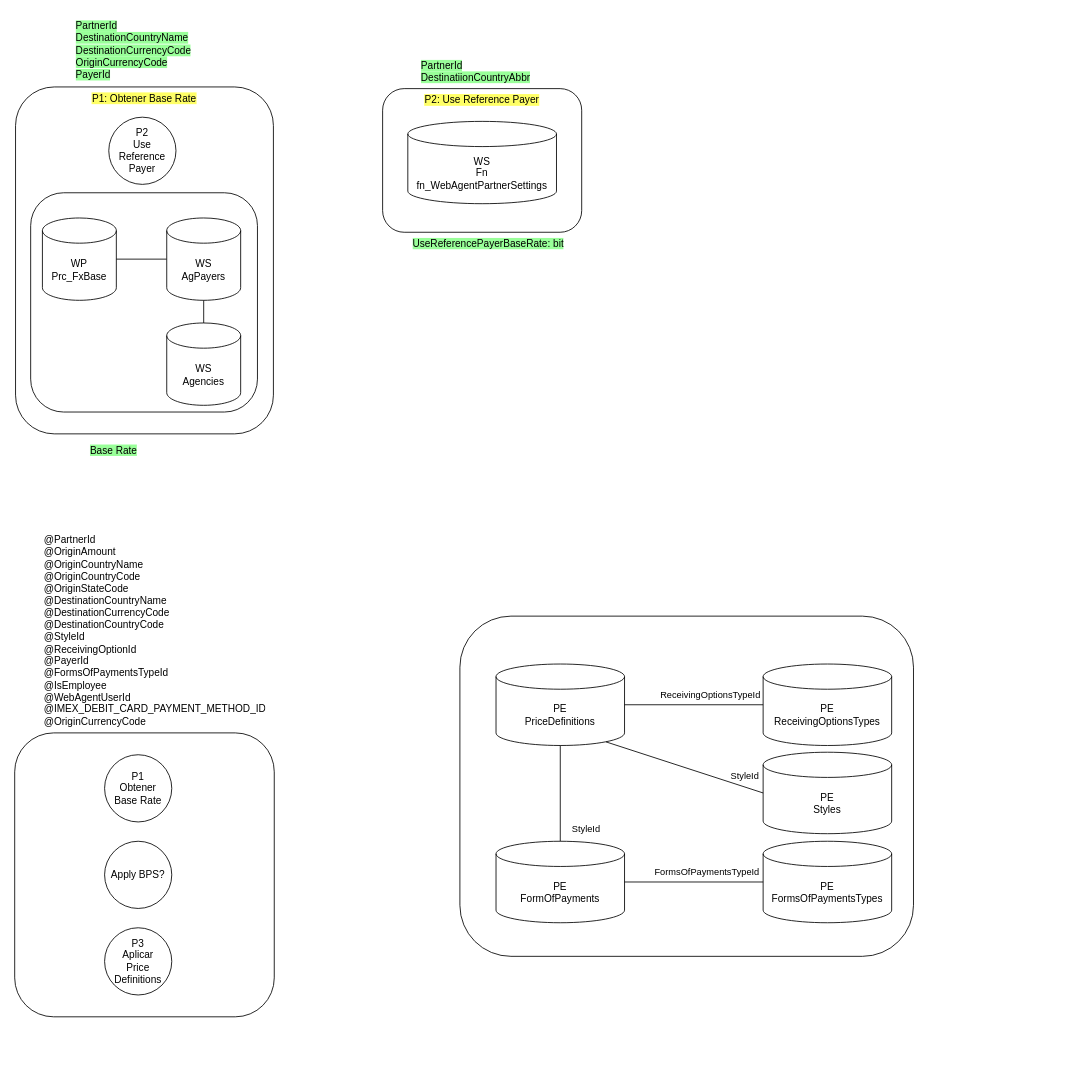
The draw.io diagram Payers.drawio in notariopablomarcelo/intermex, before the edit. Source tidied: cells renumbered, new cells numbered last; positions are measured from the earlier drawing's top-left corner, leaving out a move shared by most shapes. Both pictures are drawn from the tidied source at 84%, with x=0, y=0 at pixel (14, 14). Pictures stored in the file or linked from it are replaced by grey dashed boxes.
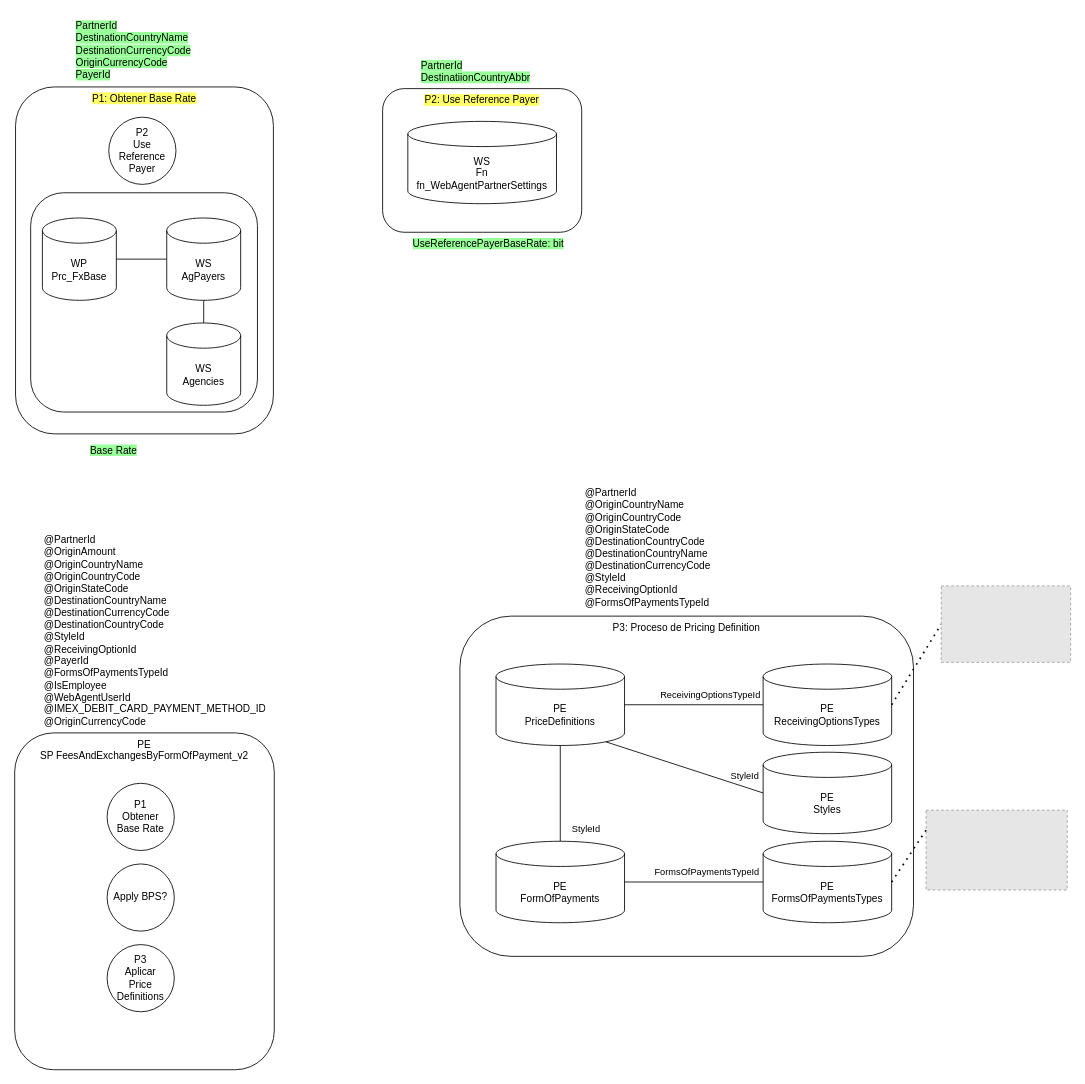
The same page after the edit.

Unchanged cells that the change refers to:
```xml
<mxCell id="25" value="PE&lt;br&gt;ReceivingOptionsTypes" style="shape=cylinder3;whiteSpace=wrap;html=1;boundedLbl=1;backgroundOutline=1;size=15;" parent="1" vertex="1">
  <mxGeometry x="891" y="773" width="153" height="97" as="geometry" />
</mxCell>
<mxCell id="28" value="PE&lt;br&gt;FormsOfPaymentsTypes" style="shape=cylinder3;whiteSpace=wrap;html=1;boundedLbl=1;backgroundOutline=1;size=15;" parent="1" vertex="1">
  <mxGeometry x="891" y="984" width="153" height="97" as="geometry" />
</mxCell>
```

Diff of the diagram source:
```diff
@@
-    <mxCell id="2" style="rounded=1;whiteSpace=wrap;html=1;" parent="1" vertex="1">
-      <mxGeometry y="855" width="309" height="338" as="geometry" />
+    <mxCell id="2" value="PE&lt;br&gt;SP FeesAndExchangesByFormOfPayment_v2" style="rounded=1;whiteSpace=wrap;html=1;verticalAlign=top;" parent="1" vertex="1">
+      <mxGeometry y="855" width="309" height="401" as="geometry" />
     </mxCell>
@@
     <mxCell id="19" value="P1&lt;br&gt;Obtener&lt;br&gt;Base Rate" style="ellipse;whiteSpace=wrap;html=1;" parent="1" vertex="1">
-      <mxGeometry x="107" y="881" width="80" height="80" as="geometry" />
+      <mxGeometry x="110" y="915" width="80" height="80" as="geometry" />
     </mxCell>
@@
     <mxCell id="21" value="Apply BPS?" style="ellipse;whiteSpace=wrap;html=1;" parent="1" vertex="1">
-      <mxGeometry x="107" y="984" width="80" height="80" as="geometry" />
+      <mxGeometry x="110" y="1011" width="80" height="80" as="geometry" />
     </mxCell>
     <mxCell id="22" value="P3&lt;br&gt;Aplicar&lt;br&gt;Price Definitions" style="ellipse;whiteSpace=wrap;html=1;" parent="1" vertex="1">
-      <mxGeometry x="107" y="1087" width="80" height="80" as="geometry" />
+      <mxGeometry x="110" y="1107" width="80" height="80" as="geometry" />
     </mxCell>
-    <mxCell id="23" style="rounded=1;whiteSpace=wrap;html=1;" parent="1" vertex="1">
+    <mxCell id="23" value="P3: Proceso de Pricing Definition" style="rounded=1;whiteSpace=wrap;html=1;verticalAlign=top;" parent="1" vertex="1">
       <mxGeometry x="530" y="716" width="540" height="405" as="geometry" />
     </mxCell>
@@
+    <mxCell id="37" value="@PartnerId&lt;br&gt;@OriginCountryName&lt;br&gt;@OriginCountryCode&lt;br&gt;@OriginStateCode&lt;br&gt;@DestinationCountryCode&lt;br&gt;@DestinationCountryName&lt;br&gt;@DestinationCurrencyCode&lt;br&gt;@StyleId&lt;br&gt;@ReceivingOptionId&lt;br&gt;@FormsOfPaymentsTypeId" style="text;strokeColor=none;fillColor=none;align=left;verticalAlign=top;spacingLeft=4;spacingRight=4;overflow=hidden;whiteSpace=wrap;html=1;" parent="1" vertex="1">
+      <mxGeometry x="673" y="556" width="292" height="157" as="geometry" />
+    </mxCell>
+    <mxCell id="38" style="endArrow=none;dashed=1;html=1;dashPattern=1 3;strokeWidth=2;rounded=0;exitX=1;exitY=0.5;exitDx=0;exitDy=0;exitPerimeter=0;entryX=0;entryY=0.5;entryDx=0;entryDy=0;" parent="1" edge="1" source="25" target="39">
+      <mxGeometry relative="1" as="geometry" />
+    </mxCell>
+    <mxCell id="39" style="fillColor=#E6E6E6;strokeColor=#999999;dashed=1;verticalLabelPosition=bottom;labelBackgroundColor=default;verticalAlign=top;" parent="1" vertex="1">
+      <mxGeometry x="1103" y="680" width="154" height="91" as="geometry" />
+    </mxCell>
+    <mxCell id="40" style="fillColor=#E6E6E6;strokeColor=#999999;dashed=1;verticalLabelPosition=bottom;labelBackgroundColor=default;verticalAlign=top;" parent="1" vertex="1">
+      <mxGeometry x="1085" y="947" width="168" height="95" as="geometry" />
+    </mxCell>
+    <mxCell id="41" style="endArrow=none;dashed=1;html=1;dashPattern=1 3;strokeWidth=2;rounded=0;exitX=1;exitY=0.5;exitDx=0;exitDy=0;exitPerimeter=0;entryX=0;entryY=0.25;entryDx=0;entryDy=0;" parent="1" edge="1" source="28" target="40">
+      <mxGeometry relative="1" as="geometry" />
+    </mxCell>
```
